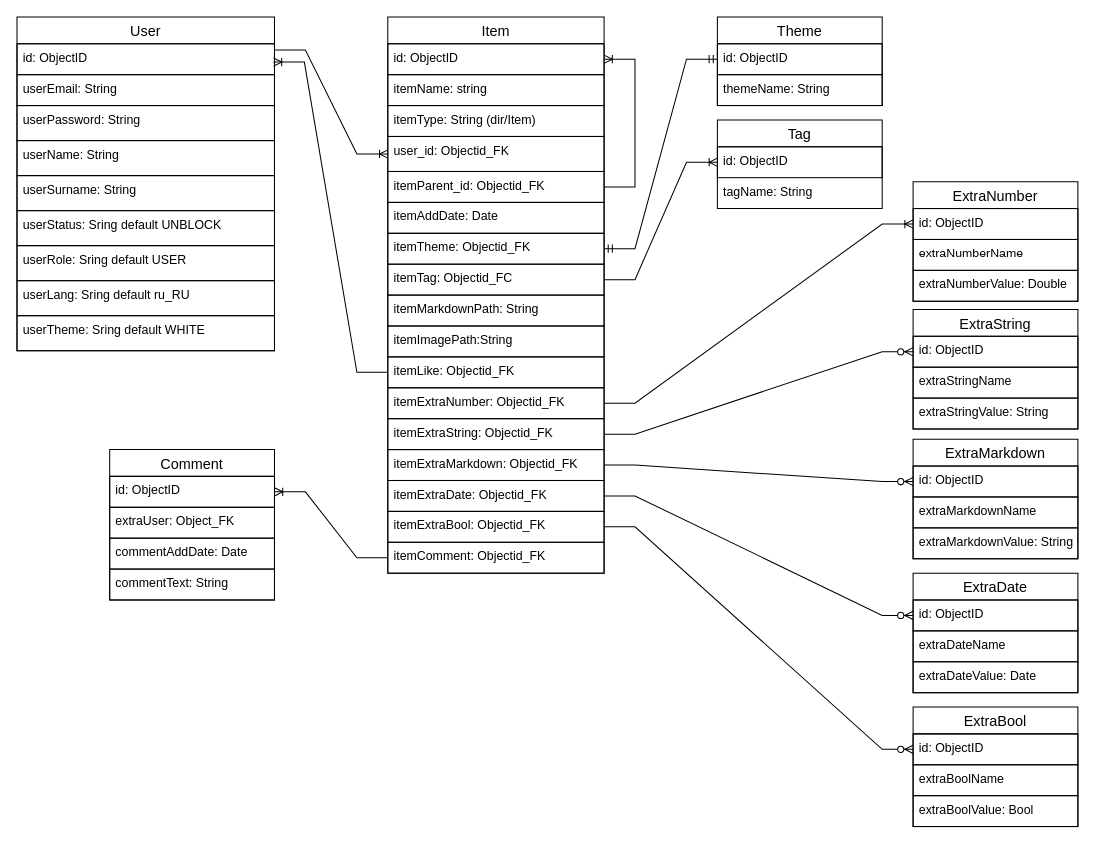
Evg-const/curs-project keeps this draw.io diagram as mongoDBdiagramm.drawio. Above is the earlier version. Source tidied: cells renumbered, new cells numbered last; positions are measured from the earlier drawing's top-left corner, leaving out a move shared by most shapes. Both pictures are drawn from the tidied source at 103%, with x=0, y=0 at pixel (16, 16).
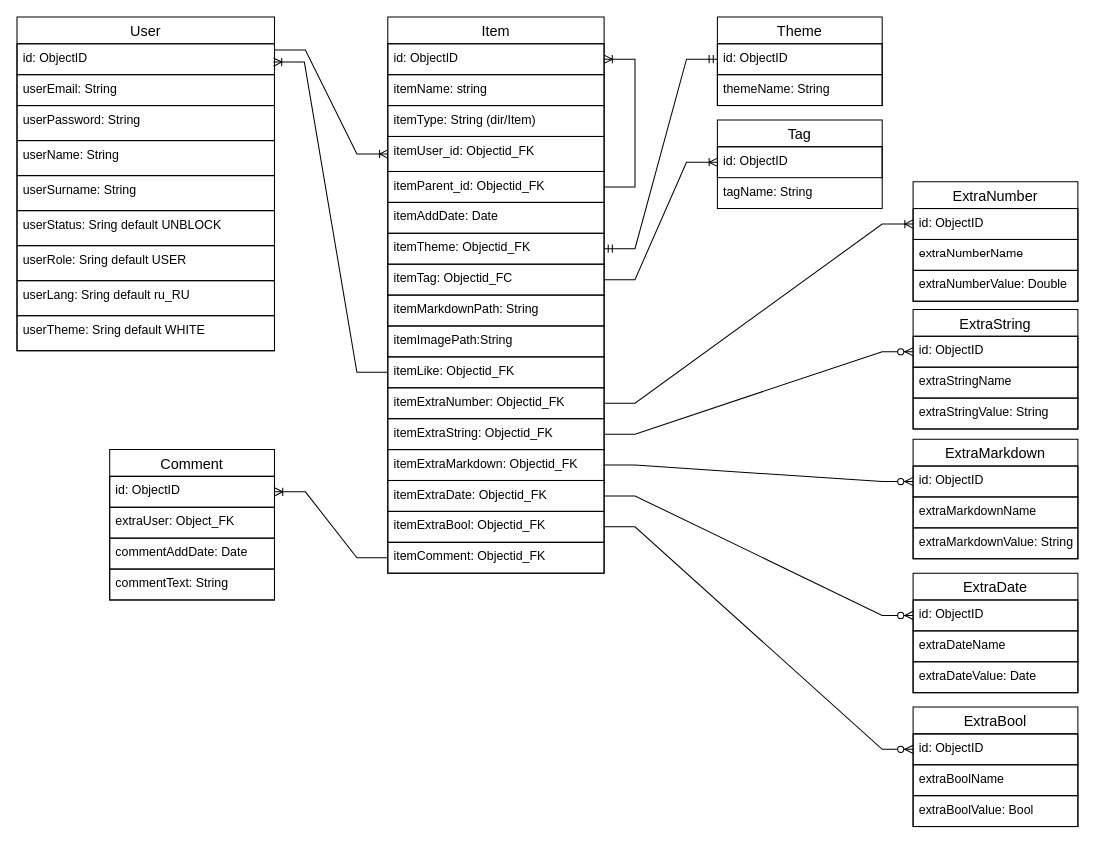
After the change.

Unchanged cells that the change refers to:
```xml
<mxCell id="18" value="Item" style="swimlane;fontStyle=0;horizontal=1;startSize=26;align=center;fontSize=14;strokeColor=default;" parent="1" vertex="1">
  <mxGeometry x="360" width="210" height="540" as="geometry" />
</mxCell>
```

Diff of the diagram source:
```diff
@@
-    <mxCell id="22" value="user_id: Objectid_FK" style="text;strokeColor=default;fillColor=none;spacingLeft=4;spacingRight=4;overflow=hidden;points=[[0,0.5],[1,0.5]];portConstraint=eastwest;fontSize=12;" parent="18" vertex="1">
+    <mxCell id="22" value="itemUser_id: Objectid_FK" style="text;strokeColor=default;fillColor=none;spacingLeft=4;spacingRight=4;overflow=hidden;points=[[0,0.5],[1,0.5]];portConstraint=eastwest;fontSize=12;" parent="18" vertex="1">
       <mxGeometry y="116" width="210" height="34" as="geometry" />
     </mxCell>
```
